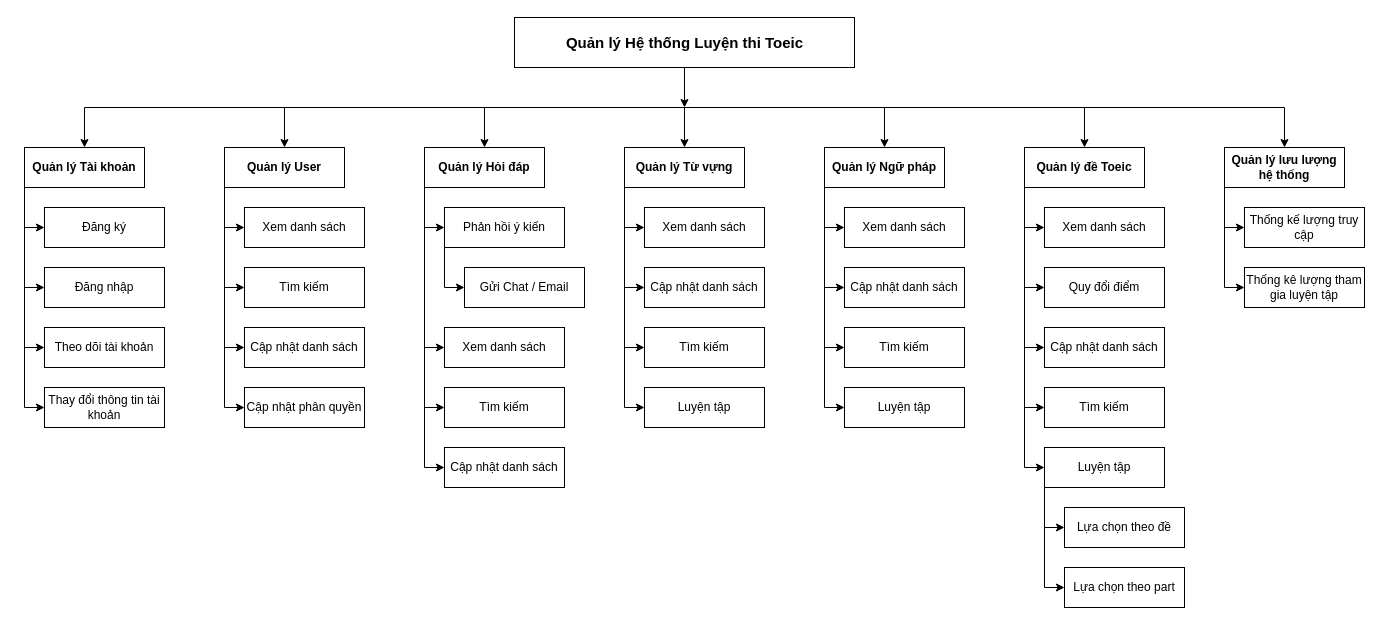
Before: page "BFD" (1 of 5) of ToeicTestSystemManagementProjectDiagram.drawio in SangSama/ToeicTestSystemManagementProject, a draw.io diagram. Source tidied: cells renumbered, new cells numbered last; positions are measured from the earlier drawing's top-left corner, leaving out a move shared by most shapes. Both pictures are drawn from the tidied source at 100%, with x=0, y=0 at pixel (24, 17).
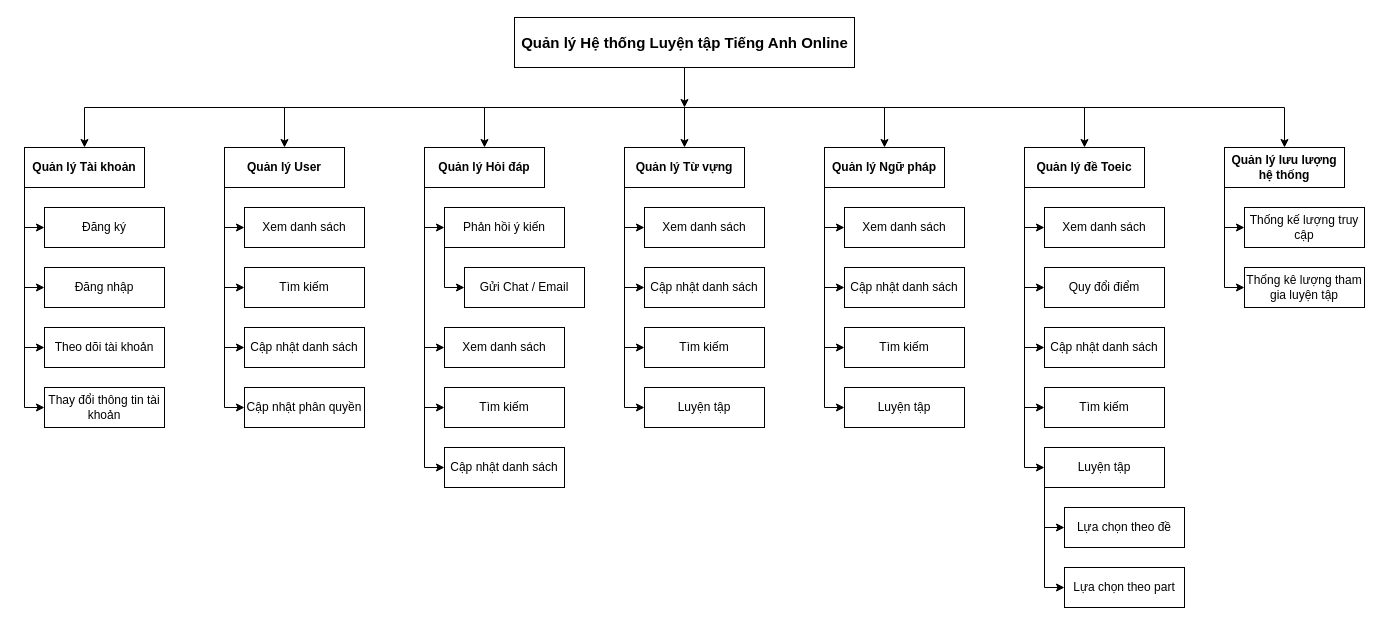
After the change.

What changed in the source:
```diff
@@
-    <mxCell id="2" value="Quản lý Hệ thống Luyện thi Toeic" style="html=1;dashed=0;whitespace=wrap;fontStyle=1;fontSize=15;" parent="1" vertex="1">
+    <mxCell id="2" value="Quản lý Hệ thống Luyện tập Tiếng Anh Online" style="html=1;dashed=0;whitespace=wrap;fontStyle=1;fontSize=15;" parent="1" vertex="1">
       <mxGeometry x="490" width="340" height="50" as="geometry" />
     </mxCell>
```
